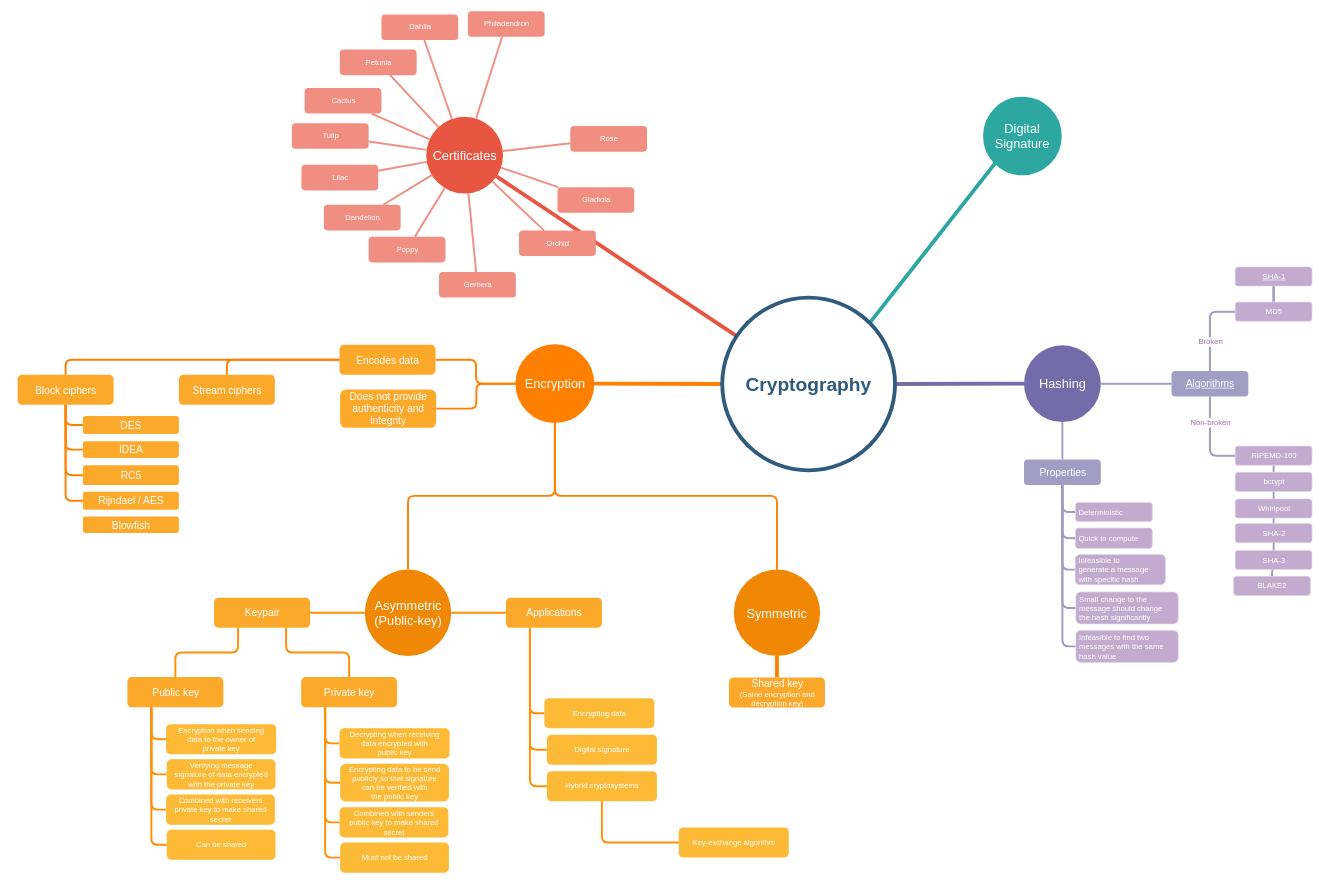
Above: Cryptography.drawio in nenad/mindmaps (draw.io), before the change. Source tidied: cells renumbered, new cells numbered last; positions are measured from the earlier drawing's top-left corner, leaving out a move shared by most shapes. Both pictures are drawn from the tidied source at 64%, with x=0, y=0 at pixel (17, 11).
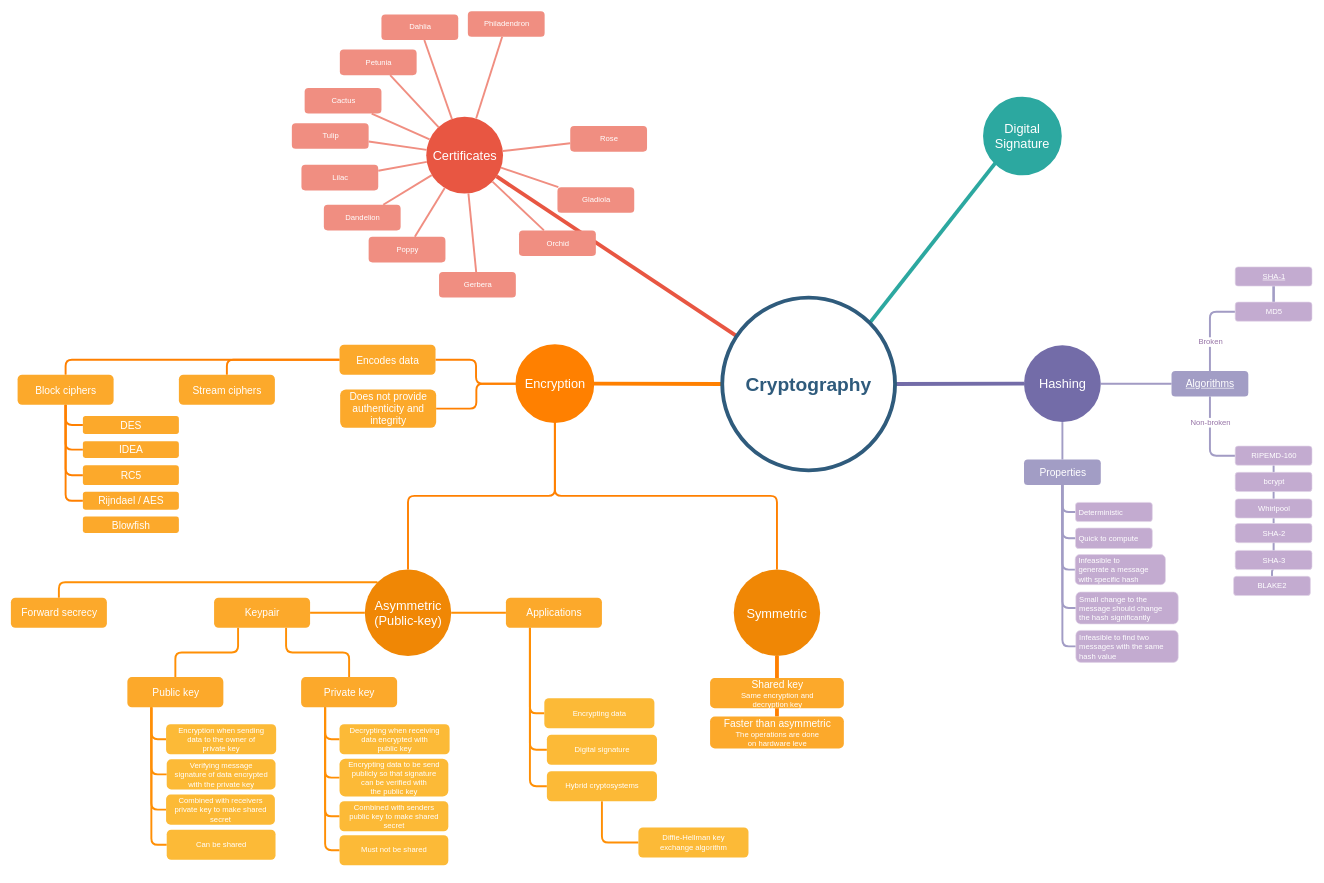
The same page after the edit.

Commit message:
More public-key terms

The change refers to these unchanged cells:
```xml
<mxCell id="6" value="&lt;span&gt;Asymmetric&lt;/span&gt;&lt;br&gt;&lt;span&gt;(Public-key)&lt;/span&gt;" style="ellipse;whiteSpace=wrap;html=1;shadow=0;fontFamily=Helvetica;fontSize=20;fontColor=#FFFFFF;align=center;strokeWidth=3;fillColor=#F08705;strokeColor=none;" parent="1" vertex="1">
  <mxGeometry x="542.5" y="872.5" width="135" height="135" as="geometry" />
</mxCell>
```

The edit, as a diff of the source:
```diff
@@
+    <mxCell id="122" style="edgeStyle=orthogonalEdgeStyle;jettySize=auto;html=1;exitX=0.5;exitY=0;exitDx=0;exitDy=0;entryX=0;entryY=0;entryDx=0;entryDy=0;endArrow=none;strokeColor=#FF8F05;strokeWidth=3;fontColor=#FFFFFF;" parent="1" edge="1" source="123" target="6">
+      <mxGeometry relative="1" as="geometry" />
+    </mxCell>
+    <mxCell id="123" value="&lt;font style=&quot;font-size: 16px&quot;&gt;Forward secrecy&lt;/font&gt;&lt;br&gt;" style="rounded=1;fillColor=#FCA92B;strokeColor=none;strokeWidth=3;shadow=0;html=1;fontColor=#FFFFFF;" parent="1" vertex="1">
+      <mxGeometry x="-10.5" y="916.5" width="150" height="47" as="geometry" />
+    </mxCell>
@@
     <mxCell id="90" value="Decrypting when receiving&lt;br&gt;data encrypted with&lt;br&gt;public key&lt;br&gt;" style="rounded=1;fillColor=#FCBA37;strokeColor=none;strokeWidth=3;shadow=0;html=1;fontColor=#FFFFFF;" parent="1" vertex="1">
-      <mxGeometry x="503" y="1120.5" width="172" height="47" as="geometry" />
+      <mxGeometry x="503" y="1114" width="172" height="47" as="geometry" />
     </mxCell>
     <mxCell id="91" value="Encrypting data to be send&lt;br&gt;publicly so that signature&lt;br&gt;can be verified with&lt;br&gt;the public key&lt;br&gt;" style="rounded=1;fillColor=#FCBA37;strokeColor=none;strokeWidth=3;shadow=0;html=1;fontColor=#FFFFFF;" parent="1" vertex="1">
-      <mxGeometry x="504" y="1176" width="170" height="59" as="geometry" />
+      <mxGeometry x="503" y="1168" width="170" height="59" as="geometry" />
     </mxCell>
     <mxCell id="92" value="Combined with senders&lt;br&gt;public key to make shared&lt;br&gt;secret&lt;br&gt;" style="rounded=1;fillColor=#FCBA37;strokeColor=none;strokeWidth=3;shadow=0;html=1;fontColor=#FFFFFF;" parent="1" vertex="1">
-      <mxGeometry x="503" y="1244" width="170" height="47" as="geometry" />
+      <mxGeometry x="503" y="1234.5" width="170" height="47" as="geometry" />
     </mxCell>
     <mxCell id="93" value="Must not be shared&lt;br&gt;" style="rounded=1;fillColor=#FCBA37;strokeColor=none;strokeWidth=3;shadow=0;html=1;fontColor=#FFFFFF;" parent="1" vertex="1">
-      <mxGeometry x="504" y="1299" width="170" height="47" as="geometry" />
+      <mxGeometry x="503" y="1287.5" width="170" height="47" as="geometry" />
     </mxCell>
@@
-    <mxCell id="98" value="Key-exchange algorithm" style="rounded=1;fillColor=#FCBA37;strokeColor=none;strokeWidth=3;shadow=0;html=1;fontColor=#FFFFFF;" parent="1" vertex="1">
-      <mxGeometry x="1033" y="1275.5" width="172" height="47" as="geometry" />
+    <mxCell id="98" value="Diffie-Hellman key&lt;br&gt;exchange algorithm&lt;br&gt;" style="rounded=1;fillColor=#FCBA37;strokeColor=none;strokeWidth=3;shadow=0;html=1;fontColor=#FFFFFF;" parent="1" vertex="1">
+      <mxGeometry x="970" y="1275.5" width="172" height="47" as="geometry" />
     </mxCell>
@@
+    <mxCell id="124" style="edgeStyle=orthogonalEdgeStyle;jettySize=auto;html=1;exitX=0.5;exitY=1;exitDx=0;exitDy=0;entryX=0.5;entryY=0;entryDx=0;entryDy=0;endArrow=none;strokeColor=#FF8000;strokeWidth=6;fontSize=20;fontColor=#FFFFFF;" parent="1" edge="1" source="106" target="125">
+      <mxGeometry relative="1" as="geometry" />
+    </mxCell>
-    <mxCell id="106" value="&lt;font style=&quot;font-size: 16px&quot;&gt;Shared key&lt;br&gt;&lt;/font&gt;(Same encryption and&lt;br&gt;decryption key)&lt;br&gt;" style="rounded=1;fillColor=#FCA92B;strokeColor=none;strokeWidth=3;shadow=0;html=1;fontColor=#FFFFFF;" parent="1" vertex="1">
-      <mxGeometry x="1111.5" y="1041" width="150" height="47" as="geometry" />
+    <mxCell id="106" value="&lt;font style=&quot;font-size: 16px&quot;&gt;Shared key&lt;br&gt;&lt;/font&gt;Same encryption and&lt;br&gt;decryption key&lt;br&gt;" style="rounded=1;fillColor=#FCA92B;strokeColor=none;strokeWidth=3;shadow=0;html=1;fontColor=#FFFFFF;" parent="1" vertex="1">
+      <mxGeometry x="1082" y="1042" width="209" height="47" as="geometry" />
     </mxCell>
+    <mxCell id="125" value="&lt;span&gt;&lt;font style=&quot;font-size: 16px&quot;&gt;Faster than asymmetric&lt;/font&gt;&lt;br&gt;The operations are done&lt;br&gt;on hardware leve&lt;br&gt;&lt;/span&gt;" style="rounded=1;fillColor=#FCA92B;strokeColor=none;strokeWidth=3;shadow=0;html=1;fontColor=#FFFFFF;" parent="1" vertex="1">
+      <mxGeometry x="1082" y="1102" width="209" height="50" as="geometry" />
+    </mxCell>
```
